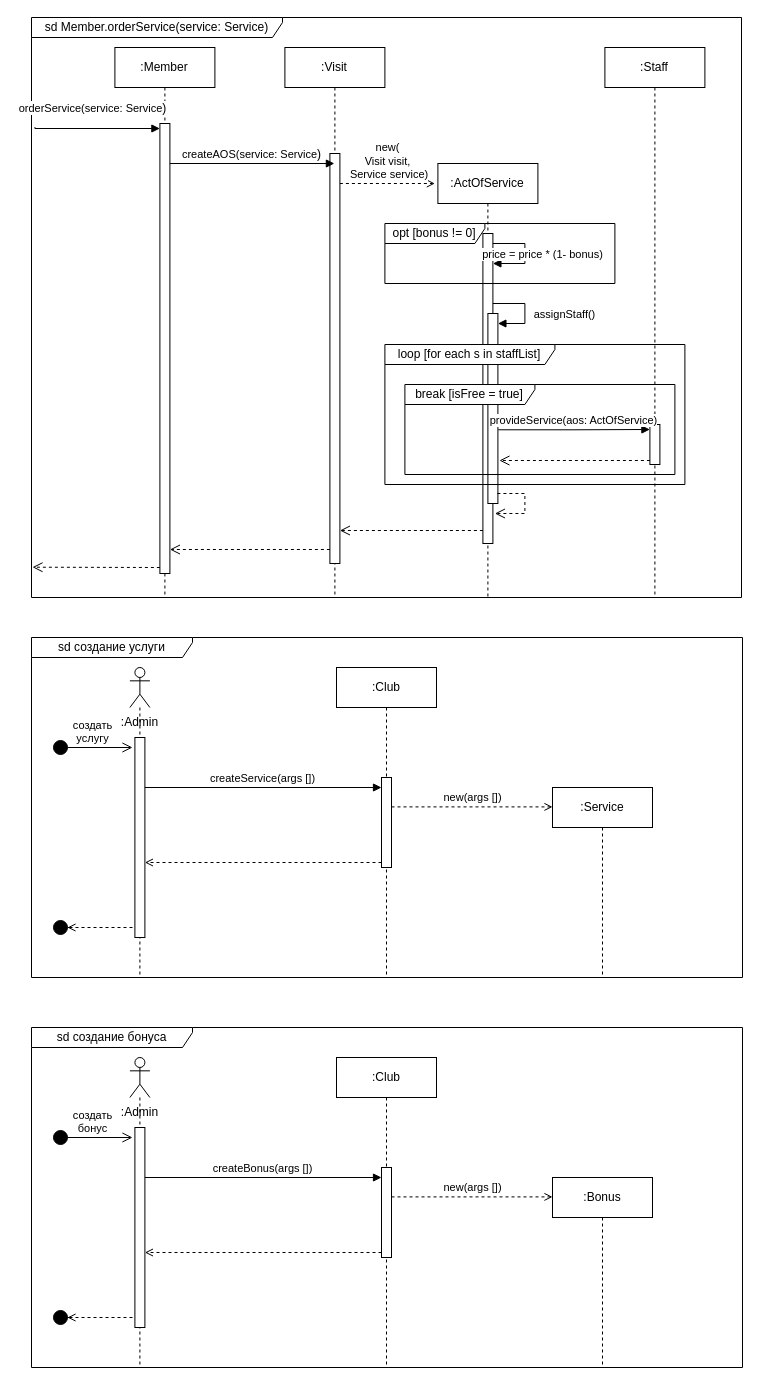
This is page "Диаграмма последовательностей" (2 of 3) of Lab_2/Lab_2.drawio from 4lnULpGkuW/OOAD, a draw.io file, before an edit. Source tidied: cells renumbered, new cells numbered last; positions are measured from the earlier drawing's top-left corner, leaving out a move shared by most shapes. Both pictures are drawn from the tidied source at 100%, with x=0, y=0 at pixel (31, 17).
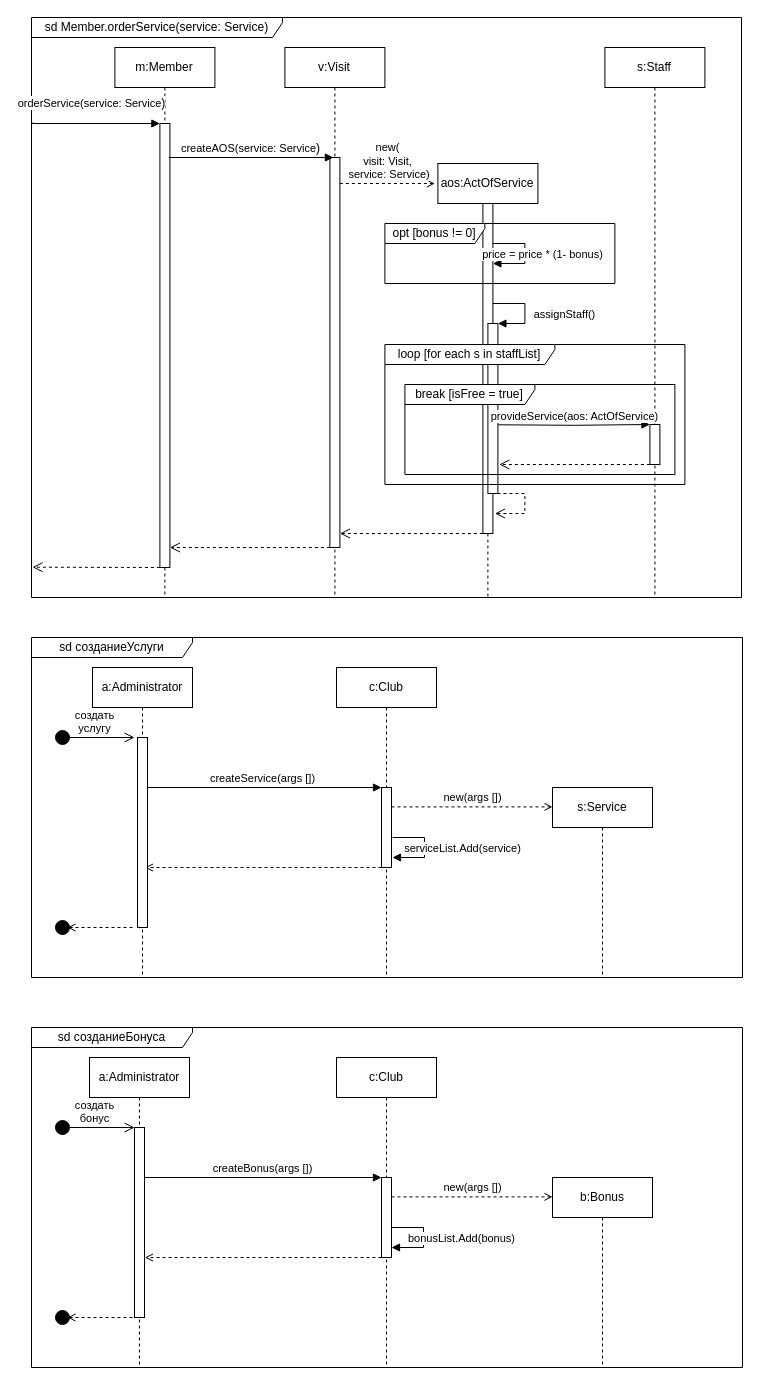
Above is the later version.

Unchanged cells that the change refers to:
```xml
<mxCell id="2" value="&lt;div style=&quot;text-align: left;&quot;&gt;&lt;span style=&quot;background-color: initial;&quot;&gt;sd Member.orderService(service: Service)&lt;/span&gt;&lt;/div&gt;" style="shape=umlFrame;whiteSpace=wrap;html=1;width=251;height=20;" parent="1" vertex="1">
  <mxGeometry width="710" height="580" as="geometry" />
</mxCell>
<mxCell id="15" style="html=1;points=[[0,0,0,0,5],[0,1,0,0,-5],[1,0,0,0,5],[1,1,0,0,-5]];perimeter=orthogonalPerimeter;outlineConnect=0;targetShapes=umlLifeline;portConstraint=eastwest;newEdgeStyle={&quot;curved&quot;:0,&quot;rounded&quot;:0};" parent="14" vertex="1">
  <mxGeometry x="45" y="377" width="10" height="40" as="geometry" />
</mxCell>
```

The edit, as a diff of the source:
```diff
@@
-    <mxCell id="3" value=":Member" style="shape=umlLifeline;perimeter=lifelinePerimeter;whiteSpace=wrap;html=1;newEdgeStyle={&quot;curved&quot;:0,&quot;rounded&quot;:0};" parent="1" vertex="1">
+    <mxCell id="3" value="m:Member" style="shape=umlLifeline;perimeter=lifelinePerimeter;whiteSpace=wrap;html=1;newEdgeStyle={&quot;curved&quot;:0,&quot;rounded&quot;:0};" parent="1" vertex="1">
       <mxGeometry x="83.4" y="30" width="100" height="550" as="geometry" />
     </mxCell>
     <mxCell id="4" style="html=1;points=[[0,0,0,0,5],[0,1,0,0,-5],[1,0,0,0,5],[1,1,0,0,-5]];perimeter=orthogonalPerimeter;outlineConnect=0;targetShapes=umlLifeline;portConstraint=eastwest;newEdgeStyle={&quot;curved&quot;:0,&quot;rounded&quot;:0};" parent="1" vertex="1">
-      <mxGeometry x="128.4" y="106" width="10" height="450" as="geometry" />
+      <mxGeometry x="128.4" y="106" width="10" height="444" as="geometry" />
     </mxCell>
-    <mxCell id="5" value="&lt;div style=&quot;text-align: left;&quot;&gt;orderService(service: Service&lt;span style=&quot;font-size: 12px; text-wrap: wrap; background-color: rgb(251, 251, 251);&quot;&gt;)&lt;/span&gt;&lt;/div&gt;" style="html=1;verticalAlign=bottom;endArrow=block;rounded=0;entryX=0;entryY=0;entryDx=0;entryDy=5;exitX=0;exitY=0.152;exitDx=0;exitDy=0;exitPerimeter=0;edgeStyle=orthogonalEdgeStyle;" parent="1" edge="1" target="4">
+    <mxCell id="5" value="&lt;div style=&quot;text-align: left;&quot;&gt;orderService(service: Service&lt;span style=&quot;font-size: 12px; text-wrap: wrap; background-color: rgb(251, 251, 251);&quot;&gt;)&lt;/span&gt;&lt;/div&gt;" style="html=1;verticalAlign=bottom;endArrow=block;rounded=0;entryX=0;entryY=0;entryDx=0;entryDy=5;exitX=0.001;exitY=0.181;exitDx=0;exitDy=0;exitPerimeter=0;edgeStyle=orthogonalEdgeStyle;" parent="1" edge="1" source="2">
       <mxGeometry x="-0.07" y="11" relative="1" as="geometry">
-        <mxPoint x="3.4" y="109.6" as="sourcePoint" />
+        <mxPoint x="128.4" y="106" as="targetPoint" />
         <Array as="points">
-          <mxPoint x="3.4" y="111" />
+          <mxPoint x="1" y="106" />
         </Array>
       </mxGeometry>
     </mxCell>
@@
-    <mxCell id="7" value=":Visit" style="shape=umlLifeline;perimeter=lifelinePerimeter;whiteSpace=wrap;html=1;newEdgeStyle={&quot;curved&quot;:0,&quot;rounded&quot;:0};" parent="1" vertex="1">
+    <mxCell id="7" value="v:Visit" style="shape=umlLifeline;perimeter=lifelinePerimeter;whiteSpace=wrap;html=1;newEdgeStyle={&quot;curved&quot;:0,&quot;rounded&quot;:0};" parent="1" vertex="1">
       <mxGeometry x="253.4" y="30" width="100" height="550" as="geometry" />
     </mxCell>
     <mxCell id="8" style="html=1;perimeter=orthogonalPerimeter;targetShapes=umlLifeline;newEdgeStyle={&quot;curved&quot;:0,&quot;rounded&quot;:0};" parent="7" vertex="1">
-      <mxGeometry x="45" y="106" width="10" height="410" as="geometry" />
+      <mxGeometry x="45" y="110" width="10" height="390" as="geometry" />
     </mxCell>
-    <mxCell id="9" value=":ActOfService" style="shape=umlLifeline;perimeter=lifelinePerimeter;whiteSpace=wrap;html=1;newEdgeStyle={&quot;curved&quot;:0,&quot;rounded&quot;:0};" parent="1" vertex="1">
+    <mxCell id="9" value="aos:ActOfService" style="shape=umlLifeline;perimeter=lifelinePerimeter;whiteSpace=wrap;html=1;newEdgeStyle={&quot;curved&quot;:0,&quot;rounded&quot;:0};" parent="1" vertex="1">
       <mxGeometry x="406.4" y="146" width="100" height="434" as="geometry" />
     </mxCell>
     <mxCell id="10" style="html=1;points=[[0,0,0,0,5],[0,1,0,0,-5],[1,0,0,0,5],[1,1,0,0,-5]];perimeter=orthogonalPerimeter;outlineConnect=0;targetShapes=umlLifeline;portConstraint=eastwest;newEdgeStyle={&quot;curved&quot;:0,&quot;rounded&quot;:0};" parent="9" vertex="1">
-      <mxGeometry x="45" y="70" width="10" height="310" as="geometry" />
+      <mxGeometry x="45" y="40" width="10" height="330" as="geometry" />
     </mxCell>
@@
     <mxCell id="12" style="html=1;points=[[0,0,0,0,5],[0,1,0,0,-5],[1,0,0,0,5],[1,1,0,0,-5]];perimeter=orthogonalPerimeter;outlineConnect=0;targetShapes=umlLifeline;portConstraint=eastwest;newEdgeStyle={&quot;curved&quot;:0,&quot;rounded&quot;:0};" parent="9" vertex="1">
-      <mxGeometry x="50" y="150" width="10" height="190" as="geometry" />
+      <mxGeometry x="50" y="160" width="10" height="170" as="geometry" />
     </mxCell>
-    <mxCell id="13" value="assignStaff()" style="html=1;verticalAlign=bottom;endArrow=block;curved=0;rounded=0;" parent="9" edge="1" source="10" target="12">
+    <mxCell id="13" value="assignStaff()" style="html=1;verticalAlign=bottom;endArrow=block;curved=0;rounded=0;" parent="9" edge="1">
       <mxGeometry x="0.32" y="-40" relative="1" as="geometry">
+        <mxPoint x="55" y="140" as="sourcePoint" />
+        <mxPoint x="60" y="160" as="targetPoint" />
         <Array as="points">
           <mxPoint x="87" y="140" />
           <mxPoint x="87" y="160" />
         </Array>
         <mxPoint x="40" y="40" as="offset" />
       </mxGeometry>
     </mxCell>
-    <mxCell id="14" value=":Staff" style="shape=umlLifeline;perimeter=lifelinePerimeter;whiteSpace=wrap;html=1;newEdgeStyle={&quot;curved&quot;:0,&quot;rounded&quot;:0};" parent="1" vertex="1">
+    <mxCell id="14" value="s:Staff" style="shape=umlLifeline;perimeter=lifelinePerimeter;whiteSpace=wrap;html=1;newEdgeStyle={&quot;curved&quot;:0,&quot;rounded&quot;:0};" parent="1" vertex="1">
       <mxGeometry x="573.4" y="30" width="100" height="550" as="geometry" />
     </mxCell>
@@
     <mxCell id="16" value="&lt;div style=&quot;text-align: left;&quot;&gt;createAOS(service: Service&lt;span style=&quot;font-size: 12px; text-wrap: wrap; background-color: rgb(251, 251, 251);&quot;&gt;)&lt;/span&gt;&lt;/div&gt;" style="html=1;verticalAlign=bottom;endArrow=block;curved=0;rounded=0;" parent="1" edge="1">
       <mxGeometry relative="1" as="geometry">
-        <mxPoint x="138.4" y="146" as="sourcePoint" />
-        <mxPoint x="302.9" y="146" as="targetPoint" />
+        <mxPoint x="137.4" y="140" as="sourcePoint" />
+        <mxPoint x="301.9" y="140" as="targetPoint" />
       </mxGeometry>
     </mxCell>
-    <mxCell id="17" value="new(&lt;div&gt;Visit visit,&lt;/div&gt;&lt;div&gt;&amp;nbsp;Service service)&lt;/div&gt;" style="html=1;verticalAlign=bottom;endArrow=open;curved=0;rounded=0;dashed=1;endFill=0;" parent="1" edge="1">
+    <mxCell id="17" value="new(&lt;div&gt;visit: Visit,&lt;/div&gt;&lt;div&gt;&amp;nbsp;service: Service)&lt;/div&gt;" style="html=1;verticalAlign=bottom;endArrow=open;curved=0;rounded=0;dashed=1;endFill=0;" parent="1" edge="1">
       <mxGeometry relative="1" as="geometry">
         <mxPoint x="308.4" y="166" as="sourcePoint" />
         <mxPoint x="403.4" y="166" as="targetPoint" />
       </mxGeometry>
     </mxCell>
@@
-    <mxCell id="21" value="provideService(aos: ActOfService)" style="html=1;verticalAlign=bottom;endArrow=block;rounded=0;edgeStyle=orthogonalEdgeStyle;entryX=0;entryY=0;entryDx=0;entryDy=5;entryPerimeter=0;exitX=1.04;exitY=0.612;exitDx=0;exitDy=0;exitPerimeter=0;" parent="1" edge="1" source="12" target="15">
-      <mxGeometry relative="1" as="geometry" />
+    <mxCell id="21" value="provideService(aos: ActOfService)" style="html=1;verticalAlign=bottom;endArrow=block;rounded=0;edgeStyle=orthogonalEdgeStyle;entryX=0;entryY=0;entryDx=0;entryDy=5;entryPerimeter=0;exitX=1.04;exitY=0.612;exitDx=0;exitDy=0;exitPerimeter=0;" parent="1" edge="1">
+      <mxGeometry relative="1" as="geometry">
+        <mxPoint x="466.8" y="407.3" as="sourcePoint" />
+        <mxPoint x="618.4" y="407" as="targetPoint" />
+      </mxGeometry>
     </mxCell>
     <mxCell id="22" style="html=1;verticalAlign=bottom;endArrow=open;dashed=1;endSize=8;curved=0;rounded=0;" parent="1" edge="1">
       <mxGeometry relative="1" as="geometry">
-        <mxPoint x="298.4" y="532" as="sourcePoint" />
-        <mxPoint x="138.4" y="532" as="targetPoint" />
+        <mxPoint x="298.4" y="530" as="sourcePoint" />
+        <mxPoint x="138.4" y="530" as="targetPoint" />
       </mxGeometry>
     </mxCell>
@@
     <mxCell id="24" style="html=1;verticalAlign=bottom;endArrow=open;dashed=1;endSize=8;curved=0;rounded=0;entryX=1.146;entryY=0.784;entryDx=0;entryDy=0;entryPerimeter=0;" parent="1" edge="1">
       <mxGeometry relative="1" as="geometry">
-        <mxPoint x="618.4" y="443" as="sourcePoint" />
-        <mxPoint x="467.9" y="443" as="targetPoint" />
+        <mxPoint x="618.4" y="447" as="sourcePoint" />
+        <mxPoint x="467.9" y="447" as="targetPoint" />
       </mxGeometry>
     </mxCell>
     <mxCell id="25" style="html=1;verticalAlign=bottom;endArrow=open;dashed=1;endSize=8;curved=0;rounded=0;" parent="1" edge="1">
       <mxGeometry relative="1" as="geometry">
-        <mxPoint x="451.4" y="513" as="sourcePoint" />
-        <mxPoint x="308.4" y="513" as="targetPoint" />
+        <mxPoint x="451.4" y="516" as="sourcePoint" />
+        <mxPoint x="308.4" y="516" as="targetPoint" />
       </mxGeometry>
     </mxCell>
-    <mxCell id="26" value="sd создание услуги" style="shape=umlFrame;whiteSpace=wrap;html=1;width=161;height=20;" parent="1" vertex="1">
+    <mxCell id="26" value="sd созданиеУслуги" style="shape=umlFrame;whiteSpace=wrap;html=1;width=161;height=20;" parent="1" vertex="1">
       <mxGeometry y="620" width="711" height="340" as="geometry" />
     </mxCell>
-    <mxCell id="27" style="shape=umlLifeline;perimeter=lifelinePerimeter;whiteSpace=wrap;html=1;newEdgeStyle={&quot;curved&quot;:0,&quot;rounded&quot;:0};participant=umlActor;" parent="1" vertex="1">
-      <mxGeometry x="98.4" y="650" width="20" height="310" as="geometry" />
-    </mxCell>
-    <mxCell id="28" style="html=1;points=[[0,0,0,0,5],[0,1,0,0,-5],[1,0,0,0,5],[1,1,0,0,-5]];perimeter=orthogonalPerimeter;outlineConnect=0;targetShapes=umlLifeline;portConstraint=eastwest;newEdgeStyle={&quot;curved&quot;:0,&quot;rounded&quot;:0};" parent="27" vertex="1">
-      <mxGeometry x="5" y="70" width="10" height="200" as="geometry" />
-    </mxCell>
-    <mxCell id="29" value=":Admin" style="text;html=1;align=center;verticalAlign=middle;strokeColor=none;fillColor=none;" parent="1" vertex="1">
-      <mxGeometry x="78.4" y="690" width="60" height="30" as="geometry" />
-    </mxCell>
-    <mxCell id="30" value=":Club" style="shape=umlLifeline;perimeter=lifelinePerimeter;whiteSpace=wrap;html=1;newEdgeStyle={&quot;curved&quot;:0,&quot;rounded&quot;:0};" parent="1" vertex="1">
+    <mxCell id="30" value="c:Club" style="shape=umlLifeline;perimeter=lifelinePerimeter;whiteSpace=wrap;html=1;newEdgeStyle={&quot;curved&quot;:0,&quot;rounded&quot;:0};" parent="1" vertex="1">
       <mxGeometry x="305" y="650" width="100" height="310" as="geometry" />
     </mxCell>
     <mxCell id="31" style="html=1;points=[[0,0,0,0,5],[0,1,0,0,-5],[1,0,0,0,5],[1,1,0,0,-5]];perimeter=orthogonalPerimeter;outlineConnect=0;targetShapes=umlLifeline;portConstraint=eastwest;newEdgeStyle={&quot;curved&quot;:0,&quot;rounded&quot;:0};" parent="30" vertex="1">
-      <mxGeometry x="45" y="110" width="10" height="90" as="geometry" />
+      <mxGeometry x="45" y="120" width="10" height="80" as="geometry" />
     </mxCell>
@@
-    <mxCell id="33" value=":Service" style="shape=umlLifeline;perimeter=lifelinePerimeter;whiteSpace=wrap;html=1;newEdgeStyle={&quot;curved&quot;:0,&quot;rounded&quot;:0};" parent="1" vertex="1">
+    <mxCell id="33" value="s:Service" style="shape=umlLifeline;perimeter=lifelinePerimeter;whiteSpace=wrap;html=1;newEdgeStyle={&quot;curved&quot;:0,&quot;rounded&quot;:0};" parent="1" vertex="1">
       <mxGeometry x="521" y="770" width="100" height="190" as="geometry" />
     </mxCell>
@@
-    <mxCell id="35" style="html=1;verticalAlign=bottom;endArrow=open;curved=0;rounded=0;dashed=1;endFill=0;exitX=0;exitY=1;exitDx=0;exitDy=-5;exitPerimeter=0;" parent="1" edge="1" source="31" target="28">
-      <mxGeometry relative="1" as="geometry" />
+    <mxCell id="35" style="html=1;verticalAlign=bottom;endArrow=open;curved=0;rounded=0;dashed=1;endFill=0;exitX=0;exitY=1;exitDx=0;exitDy=-5;exitPerimeter=0;" parent="1" edge="1">
+      <mxGeometry relative="1" as="geometry">
+        <mxPoint x="350" y="850" as="sourcePoint" />
+        <mxPoint x="113.4" y="850" as="targetPoint" />
+      </mxGeometry>
     </mxCell>
     <mxCell id="36" value="создать&lt;div&gt;услугу&lt;/div&gt;" style="html=1;verticalAlign=bottom;startArrow=circle;startFill=1;endArrow=open;startSize=6;endSize=8;curved=0;rounded=0;" parent="1" edge="1">
       <mxGeometry relative="1" as="geometry">
-        <mxPoint x="21" y="730" as="sourcePoint" />
-        <mxPoint x="101" y="730" as="targetPoint" />
+        <mxPoint x="23" y="720" as="sourcePoint" />
+        <mxPoint x="103" y="720" as="targetPoint" />
       </mxGeometry>
     </mxCell>
     <mxCell id="37" style="html=1;verticalAlign=bottom;startArrow=circle;startFill=1;endArrow=none;startSize=6;endSize=8;curved=0;rounded=0;endFill=0;dashed=1;" parent="1" edge="1">
       <mxGeometry relative="1" as="geometry">
-        <mxPoint x="21" y="910" as="sourcePoint" />
-        <mxPoint x="41" y="910" as="targetPoint" />
+        <mxPoint x="23" y="910" as="sourcePoint" />
+        <mxPoint x="43" y="910" as="targetPoint" />
       </mxGeometry>
     </mxCell>
@@
-    <mxCell id="39" value="sd создание бонуса" style="shape=umlFrame;whiteSpace=wrap;html=1;width=161;height=20;" parent="1" vertex="1">
+    <mxCell id="39" value="sd созданиеБонуса" style="shape=umlFrame;whiteSpace=wrap;html=1;width=161;height=20;" parent="1" vertex="1">
       <mxGeometry y="1010" width="711" height="340" as="geometry" />
     </mxCell>
-    <mxCell id="40" style="shape=umlLifeline;perimeter=lifelinePerimeter;whiteSpace=wrap;html=1;newEdgeStyle={&quot;curved&quot;:0,&quot;rounded&quot;:0};participant=umlActor;" parent="1" vertex="1">
-      <mxGeometry x="98.4" y="1040" width="20" height="310" as="geometry" />
-    </mxCell>
-    <mxCell id="41" style="html=1;points=[[0,0,0,0,5],[0,1,0,0,-5],[1,0,0,0,5],[1,1,0,0,-5]];perimeter=orthogonalPerimeter;outlineConnect=0;targetShapes=umlLifeline;portConstraint=eastwest;newEdgeStyle={&quot;curved&quot;:0,&quot;rounded&quot;:0};" parent="40" vertex="1">
-      <mxGeometry x="5" y="70" width="10" height="200" as="geometry" />
-    </mxCell>
-    <mxCell id="42" value=":Admin" style="text;html=1;align=center;verticalAlign=middle;strokeColor=none;fillColor=none;" parent="1" vertex="1">
-      <mxGeometry x="78.4" y="1080" width="60" height="30" as="geometry" />
-    </mxCell>
-    <mxCell id="43" value=":Club" style="shape=umlLifeline;perimeter=lifelinePerimeter;whiteSpace=wrap;html=1;newEdgeStyle={&quot;curved&quot;:0,&quot;rounded&quot;:0};" parent="1" vertex="1">
+    <mxCell id="43" value="c:Club" style="shape=umlLifeline;perimeter=lifelinePerimeter;whiteSpace=wrap;html=1;newEdgeStyle={&quot;curved&quot;:0,&quot;rounded&quot;:0};" parent="1" vertex="1">
       <mxGeometry x="305" y="1040" width="100" height="310" as="geometry" />
     </mxCell>
     <mxCell id="44" style="html=1;points=[[0,0,0,0,5],[0,1,0,0,-5],[1,0,0,0,5],[1,1,0,0,-5]];perimeter=orthogonalPerimeter;outlineConnect=0;targetShapes=umlLifeline;portConstraint=eastwest;newEdgeStyle={&quot;curved&quot;:0,&quot;rounded&quot;:0};" parent="43" vertex="1">
-      <mxGeometry x="45" y="110" width="10" height="90" as="geometry" />
+      <mxGeometry x="45" y="120" width="10" height="80" as="geometry" />
     </mxCell>
@@
-    <mxCell id="46" value=":Bonus" style="shape=umlLifeline;perimeter=lifelinePerimeter;whiteSpace=wrap;html=1;newEdgeStyle={&quot;curved&quot;:0,&quot;rounded&quot;:0};" parent="1" vertex="1">
+    <mxCell id="46" value="b:Bonus" style="shape=umlLifeline;perimeter=lifelinePerimeter;whiteSpace=wrap;html=1;newEdgeStyle={&quot;curved&quot;:0,&quot;rounded&quot;:0};" parent="1" vertex="1">
       <mxGeometry x="521" y="1160" width="100" height="190" as="geometry" />
     </mxCell>
@@
-    <mxCell id="48" style="html=1;verticalAlign=bottom;endArrow=open;curved=0;rounded=0;dashed=1;endFill=0;exitX=0;exitY=1;exitDx=0;exitDy=-5;exitPerimeter=0;" parent="1" edge="1" source="44" target="41">
-      <mxGeometry relative="1" as="geometry" />
+    <mxCell id="48" style="html=1;verticalAlign=bottom;endArrow=open;curved=0;rounded=0;dashed=1;endFill=0;exitX=0;exitY=1;exitDx=0;exitDy=-5;exitPerimeter=0;" parent="1" edge="1">
+      <mxGeometry relative="1" as="geometry">
+        <mxPoint x="350" y="1240" as="sourcePoint" />
+        <mxPoint x="113.4" y="1240" as="targetPoint" />
+      </mxGeometry>
     </mxCell>
-    <mxCell id="49" value="создать&lt;div&gt;бонус&lt;/div&gt;" style="html=1;verticalAlign=bottom;startArrow=circle;startFill=1;endArrow=open;startSize=6;endSize=8;curved=0;rounded=0;" parent="1" edge="1">
-      <mxGeometry relative="1" as="geometry">
-        <mxPoint x="21" y="1120" as="sourcePoint" />
-        <mxPoint x="101" y="1120" as="targetPoint" />
-      </mxGeometry>
-    </mxCell>
     <mxCell id="50" style="html=1;verticalAlign=bottom;startArrow=circle;startFill=1;endArrow=none;startSize=6;endSize=8;curved=0;rounded=0;endFill=0;dashed=1;" parent="1" edge="1">
       <mxGeometry relative="1" as="geometry">
-        <mxPoint x="21" y="1300" as="sourcePoint" />
-        <mxPoint x="41" y="1300" as="targetPoint" />
+        <mxPoint x="23" y="1300" as="sourcePoint" />
+        <mxPoint x="43" y="1300" as="targetPoint" />
       </mxGeometry>
     </mxCell>
@@
+    <mxCell id="52" value="a:Administrator" style="shape=umlLifeline;perimeter=lifelinePerimeter;whiteSpace=wrap;html=1;newEdgeStyle={&quot;curved&quot;:0,&quot;rounded&quot;:0};" parent="1" vertex="1">
+      <mxGeometry x="61" y="650" width="100" height="310" as="geometry" />
+    </mxCell>
+    <mxCell id="53" style="html=1;perimeter=orthogonalPerimeter;targetShapes=umlLifeline;newEdgeStyle={&quot;curved&quot;:0,&quot;rounded&quot;:0};" parent="52" vertex="1">
+      <mxGeometry x="45" y="70" width="10" height="190" as="geometry" />
+    </mxCell>
+    <mxCell id="54" value="a:Administrator" style="shape=umlLifeline;perimeter=lifelinePerimeter;whiteSpace=wrap;html=1;newEdgeStyle={&quot;curved&quot;:0,&quot;rounded&quot;:0};" parent="1" vertex="1">
+      <mxGeometry x="58" y="1040" width="100" height="310" as="geometry" />
+    </mxCell>
+    <mxCell id="55" style="html=1;perimeter=orthogonalPerimeter;targetShapes=umlLifeline;newEdgeStyle={&quot;curved&quot;:0,&quot;rounded&quot;:0};" parent="54" vertex="1">
+      <mxGeometry x="45" y="70" width="10" height="190" as="geometry" />
+    </mxCell>
+    <mxCell id="49" value="создать&lt;div&gt;бонус&lt;/div&gt;" style="html=1;verticalAlign=bottom;startArrow=circle;startFill=1;endArrow=open;startSize=6;endSize=8;curved=0;rounded=0;" parent="1" edge="1">
+      <mxGeometry relative="1" as="geometry">
+        <mxPoint x="23" y="1110" as="sourcePoint" />
+        <mxPoint x="103" y="1110" as="targetPoint" />
+      </mxGeometry>
+    </mxCell>
+    <mxCell id="56" value="serviceList.Add(service)" style="html=1;verticalAlign=bottom;endArrow=block;curved=0;rounded=0;" parent="1" edge="1">
+      <mxGeometry x="0.24" y="-38" relative="1" as="geometry">
+        <mxPoint x="361" y="820" as="sourcePoint" />
+        <mxPoint x="361" y="840" as="targetPoint" />
+        <Array as="points">
+          <mxPoint x="393" y="820" />
+          <mxPoint x="393" y="830" />
+          <mxPoint x="393" y="840" />
+        </Array>
+        <mxPoint x="38" y="38" as="offset" />
+      </mxGeometry>
+    </mxCell>
+    <mxCell id="57" value="bonusList.Add(bonus)" style="html=1;verticalAlign=bottom;endArrow=block;curved=0;rounded=0;" parent="1" edge="1">
+      <mxGeometry x="0.24" y="-38" relative="1" as="geometry">
+        <mxPoint x="360" y="1210" as="sourcePoint" />
+        <mxPoint x="360" y="1230" as="targetPoint" />
+        <Array as="points">
+          <mxPoint x="392" y="1210" />
+          <mxPoint x="392" y="1220" />
+          <mxPoint x="392" y="1230" />
+        </Array>
+        <mxPoint x="38" y="38" as="offset" />
+      </mxGeometry>
+    </mxCell>
```
